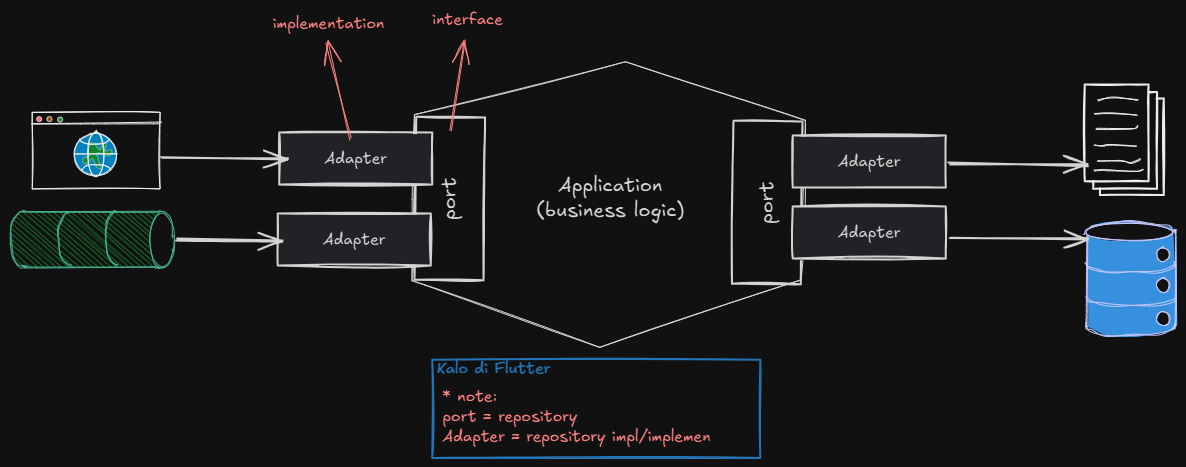
The Excalidraw diagram HEXAGONAL-DETAIL-ARCH.excalidraw.png in RIOKOWI/software-architecture, before a commit. Source tidied: one line per element, renumbered; positions are measured from the earlier drawing's top-left corner, leaving out a move shared by most shapes.
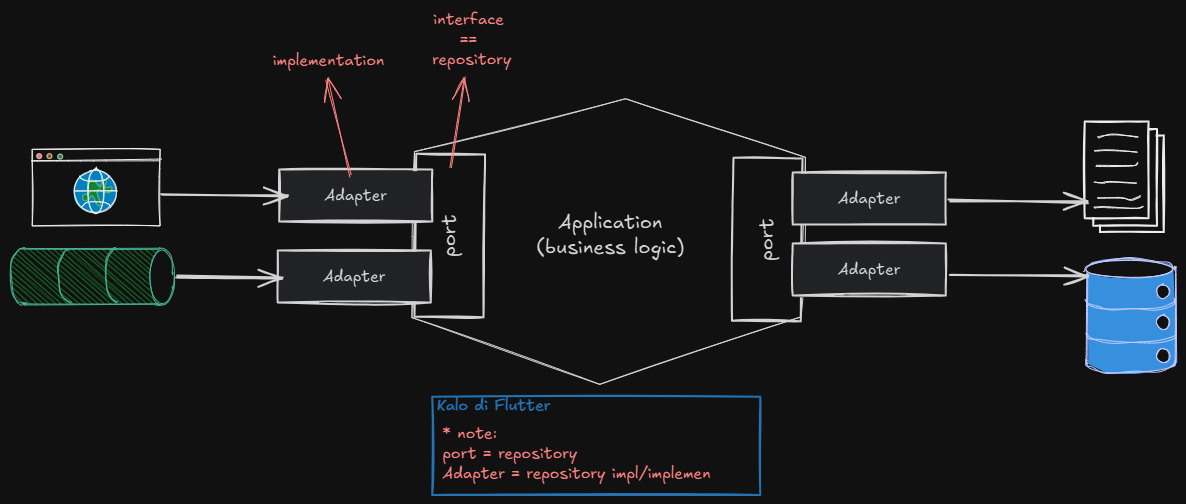
After the commit.

Commit message:
docs(hexagonal architecture): application layer

Diff of the diagram source:
```diff
@@ -51,6 +51,6 @@
 {"id": 50, "type": "rectangle", "strokeColor": "#4dabf7", "strokeWidth": 2, "roughness": 1, "x": 401, "y": 350, "width": 328, "height": 98}
 {"id": 51, "type": "text", "text": "Kalo di Flutter", "strokeColor": "#4dabf7", "strokeWidth": 2, "roughness": 1, "fontSize": 16, "fontFamily": 5, "x": 406, "y": 349, "width": 114, "height": 20}
 {"id": 52, "type": "arrow", "strokeColor": "#e03131", "strokeWidth": 1, "roughness": 1, "endArrowhead": "arrow", "round": true, "from": 2, "x": 420, "y": 120, "width": 14, "height": 89, "points": [[0, 0], [14, -89]]}
-{"id": 53, "type": "text", "text": "interface", "strokeColor": "#e03131", "strokeWidth": 2, "roughness": 1, "fontSize": 16, "fontFamily": 5, "x": 401, "y": 0, "width": 70, "height": 20}
+{"id": 53, "type": "text", "text": "interface \n== \nrepository", "strokeColor": "#e03131", "strokeWidth": 2, "roughness": 1, "fontSize": 16, "fontFamily": 5, "textAlign": "center", "x": 401, "y": -37, "width": 79, "height": 60}
 {"id": 54, "type": "arrow", "strokeColor": "#e03131", "strokeWidth": 1, "roughness": 1, "endArrowhead": "arrow", "round": true, "from": 6, "x": 320, "y": 129, "width": 24, "height": 96, "points": [[0, 0], [-24, -96]]}
 {"id": 55, "type": "text", "text": "implementation", "strokeColor": "#e03131", "strokeWidth": 1, "roughness": 1, "fontSize": 16, "fontFamily": 5, "x": 242, "y": 4, "width": 112, "height": 20}
```
